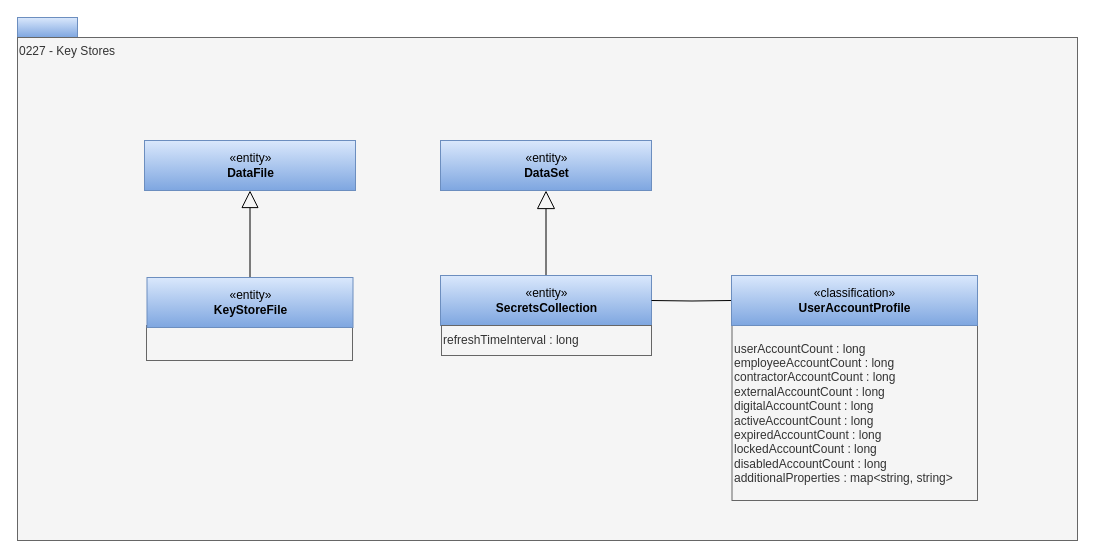
odpi/egeria-docs keeps this draw.io diagram as page "0227-Keystores" (17 of 26) of site/docs/types/2/area-2-assets.drawio. Above is the earlier version. Source tidied: cells renumbered, new cells numbered last; positions are measured from the earlier drawing's top-left corner, leaving out a move shared by most shapes. Both pictures are drawn from the tidied source at 100%, with x=0, y=0 at pixel (17, 17).
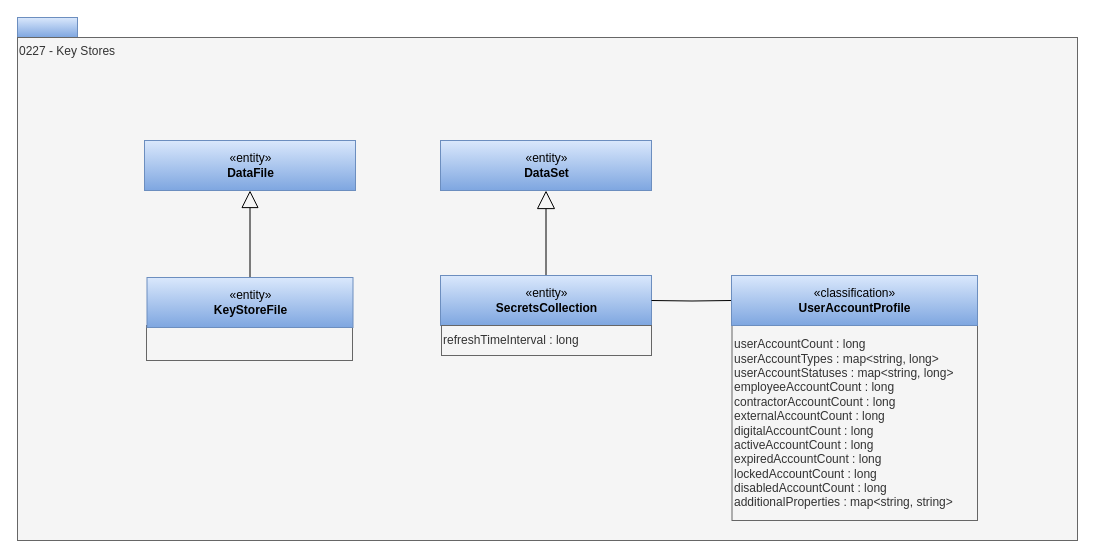
Above is the later version.

Change to the diagram source:
```diff
@@
 <mxGraphModel>
   <root>
     <mxCell id="0" />
     <mxCell id="1" parent="0" />
     <mxCell id="2" style="rounded=0;whiteSpace=wrap;html=1;align=left;fillColor=#dae8fc;strokeColor=#6c8ebf;gradientColor=#7ea6e0;" parent="1" vertex="1">
       <mxGeometry width="60" height="20" as="geometry" />
     </mxCell>
     <mxCell id="3" value="0227 - Key Stores" style="rounded=0;whiteSpace=wrap;html=1;align=left;verticalAlign=top;fillColor=#f5f5f5;fontColor=#333333;strokeColor=#666666;" parent="1" vertex="1">
       <mxGeometry y="20" width="1060" height="503" as="geometry" />
     </mxCell>
     <mxCell id="4" style="edgeStyle=orthogonalEdgeStyle;rounded=0;jettySize=auto;html=1;exitX=0.5;exitY=0;exitDx=0;exitDy=0;endArrow=block;endFill=0;endSize=16;" parent="1" edge="1" source="5" target="7">
       <mxGeometry relative="1" as="geometry" />
     </mxCell>
     <mxCell id="5" value="«entity»&lt;br&gt;&lt;b&gt;SecretsCollection&lt;/b&gt;" style="html=1;strokeColor=#6c8ebf;align=center;fillColor=#dae8fc;gradientColor=#7ea6e0;" parent="1" vertex="1">
       <mxGeometry x="423" y="258" width="211" height="50" as="geometry" />
     </mxCell>
     <mxCell id="6" value="refreshTimeInterval : long" style="rounded=0;whiteSpace=wrap;html=1;strokeColor=#666666;align=left;fillColor=#f5f5f5;fontColor=#333333;" parent="1" vertex="1">
       <mxGeometry x="424" y="308" width="210" height="30" as="geometry" />
     </mxCell>
     <mxCell id="7" value="«entity»&lt;br&gt;&lt;b&gt;DataSet&lt;/b&gt;" style="html=1;strokeColor=#6c8ebf;align=center;fillColor=#dae8fc;gradientColor=#7ea6e0;" parent="1" vertex="1">
       <mxGeometry x="423" y="123" width="211" height="50" as="geometry" />
     </mxCell>
     <mxCell id="8" style="rounded=0;whiteSpace=wrap;html=1;strokeColor=#666666;align=left;fillColor=#f5f5f5;fontColor=#333333;" parent="1" vertex="1">
       <mxGeometry x="129" y="308" width="206" height="35" as="geometry" />
     </mxCell>
     <mxCell id="9" style="edgeStyle=orthogonalEdgeStyle;rounded=0;jettySize=auto;html=1;exitX=0.5;exitY=0;exitDx=0;exitDy=0;endArrow=block;endFill=0;endSize=15;" parent="1" edge="1" source="10" target="11">
       <mxGeometry relative="1" as="geometry" />
     </mxCell>
     <mxCell id="10" value="«entity»&lt;br&gt;&lt;b&gt;KeyStoreFile&lt;/b&gt;" style="html=1;strokeColor=#6c8ebf;align=center;fillColor=#dae8fc;gradientColor=#7ea6e0;" parent="1" vertex="1">
       <mxGeometry x="129.5" y="260" width="206" height="50" as="geometry" />
     </mxCell>
     <mxCell id="11" value="«entity»&lt;br&gt;&lt;b&gt;DataFile&lt;/b&gt;" style="html=1;strokeColor=#6c8ebf;align=center;fillColor=#dae8fc;gradientColor=#7ea6e0;" parent="1" vertex="1">
       <mxGeometry x="127" y="123" width="211" height="50" as="geometry" />
     </mxCell>
     <mxCell id="12" style="edgeStyle=orthogonalEdgeStyle;rounded=0;jettySize=auto;html=1;exitX=1;exitY=0.5;exitDx=0;exitDy=0;entryX=0;entryY=0.5;entryDx=0;entryDy=0;endArrow=none;endFill=0;" parent="1" edge="1" target="14">
       <mxGeometry relative="1" as="geometry">
         <mxPoint x="634" y="283" as="sourcePoint" />
       </mxGeometry>
     </mxCell>
-    <mxCell id="13" value="userAccountCount : long&lt;br&gt;employeeAccountCount : long&lt;div&gt;contractorAccountCount : long&lt;/div&gt;&lt;div&gt;externalAccountCount : long&lt;/div&gt;&lt;div&gt;&lt;span style=&quot;background-color: transparent; color: light-dark(rgb(51, 51, 51), rgb(193, 193, 193));&quot;&gt;digitalAccountCount : long&lt;/span&gt;&lt;/div&gt;&lt;div&gt;activeAccountCount : long&lt;/div&gt;&lt;div&gt;expiredAccountCount : long&lt;/div&gt;&lt;div&gt;lockedAccountCount : long&lt;/div&gt;&lt;div&gt;d&lt;span style=&quot;background-color: transparent; color: light-dark(rgb(51, 51, 51), rgb(193, 193, 193));&quot;&gt;i&lt;/span&gt;&lt;span style=&quot;background-color: transparent; color: light-dark(rgb(51, 51, 51), rgb(193, 193, 193));&quot;&gt;s&lt;/span&gt;&lt;span style=&quot;background-color: transparent; color: light-dark(rgb(51, 51, 51), rgb(193, 193, 193));&quot;&gt;abledAccountCount : long&lt;/span&gt;&lt;/div&gt;&lt;div&gt;additionalProperties : map&amp;lt;string, string&amp;gt;&lt;/div&gt;" style="rounded=0;whiteSpace=wrap;html=1;strokeColor=#666666;align=left;fillColor=#f5f5f5;fontColor=#333333;" parent="1" vertex="1">
-      <mxGeometry x="714.5" y="308" width="245.5" height="175" as="geometry" />
+    <mxCell id="13" value="userAccountCount : long&lt;div&gt;userAccountTypes : map&amp;lt;string, long&amp;gt;&lt;/div&gt;&lt;div&gt;&lt;div&gt;&lt;span style=&quot;background-color: transparent; color: light-dark(rgb(51, 51, 51), rgb(193, 193, 193));&quot;&gt;userAccountStatuses : map&amp;lt;string, long&amp;gt;&lt;/span&gt;&lt;/div&gt;employeeAccountCount : long&lt;div&gt;contractorAccountCount : long&lt;/div&gt;&lt;div&gt;externalAccountCount : long&lt;/div&gt;&lt;div&gt;&lt;span style=&quot;background-color: transparent; color: light-dark(rgb(51, 51, 51), rgb(193, 193, 193));&quot;&gt;digitalAccountCount : long&lt;/span&gt;&lt;/div&gt;&lt;div&gt;activeAccountCount : long&lt;/div&gt;&lt;div&gt;expiredAccountCount : long&lt;/div&gt;&lt;div&gt;lockedAccountCount : long&lt;/div&gt;&lt;div&gt;d&lt;span style=&quot;background-color: transparent; color: light-dark(rgb(51, 51, 51), rgb(193, 193, 193));&quot;&gt;i&lt;/span&gt;&lt;span style=&quot;background-color: transparent; color: light-dark(rgb(51, 51, 51), rgb(193, 193, 193));&quot;&gt;s&lt;/span&gt;&lt;span style=&quot;background-color: transparent; color: light-dark(rgb(51, 51, 51), rgb(193, 193, 193));&quot;&gt;abledAccountCount : long&lt;/span&gt;&lt;/div&gt;&lt;div&gt;&lt;span style=&quot;background-color: transparent; color: light-dark(rgb(51, 51, 51), rgb(193, 193, 193));&quot;&gt;additionalProperties : map&amp;lt;string, string&amp;gt;&lt;/span&gt;&lt;/div&gt;&lt;/div&gt;" style="rounded=0;whiteSpace=wrap;html=1;strokeColor=#666666;align=left;fillColor=#f5f5f5;fontColor=#333333;" parent="1" vertex="1">
+      <mxGeometry x="714.5" y="308" width="245.5" height="195" as="geometry" />
     </mxCell>
     <mxCell id="14" value="«classification»&lt;br&gt;&lt;b&gt;UserAccountProfile&lt;/b&gt;" style="html=1;strokeColor=#6c8ebf;align=center;fillColor=#dae8fc;gradientColor=#7ea6e0;" parent="1" vertex="1">
       <mxGeometry x="714" y="258" width="246" height="50" as="geometry" />
     </mxCell>
   </root>
 </mxGraphModel>
```
